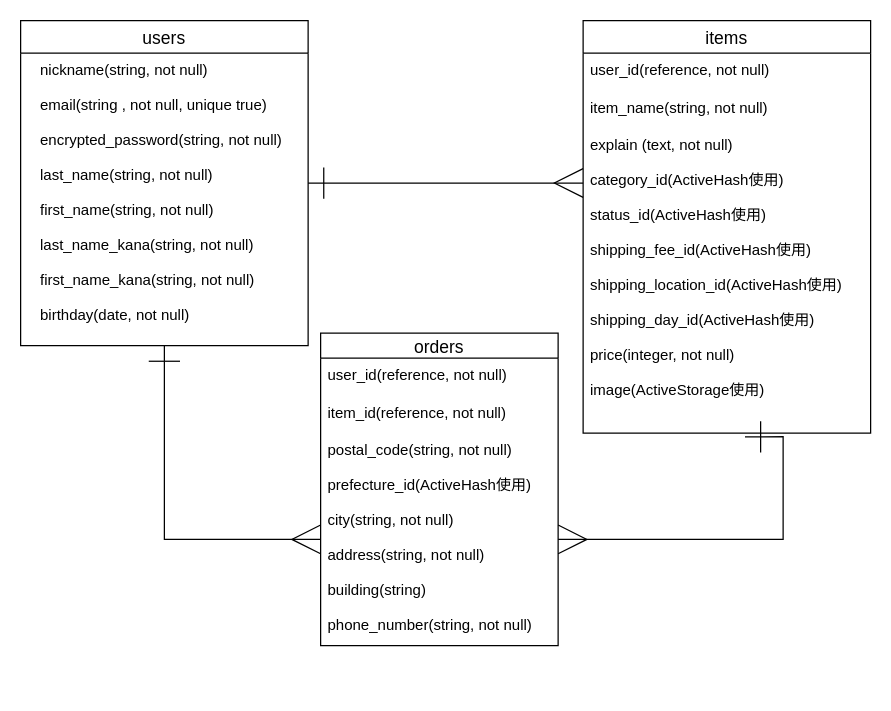
Above: furima.dio in honeygoct/furima-34732 (draw.io), before the change. Source tidied: cells renumbered, new cells numbered last; positions are measured from the earlier drawing's top-left corner, leaving out a move shared by most shapes. Both pictures are drawn from the tidied source at 125%, with x=0, y=0 at pixel (20, 20).
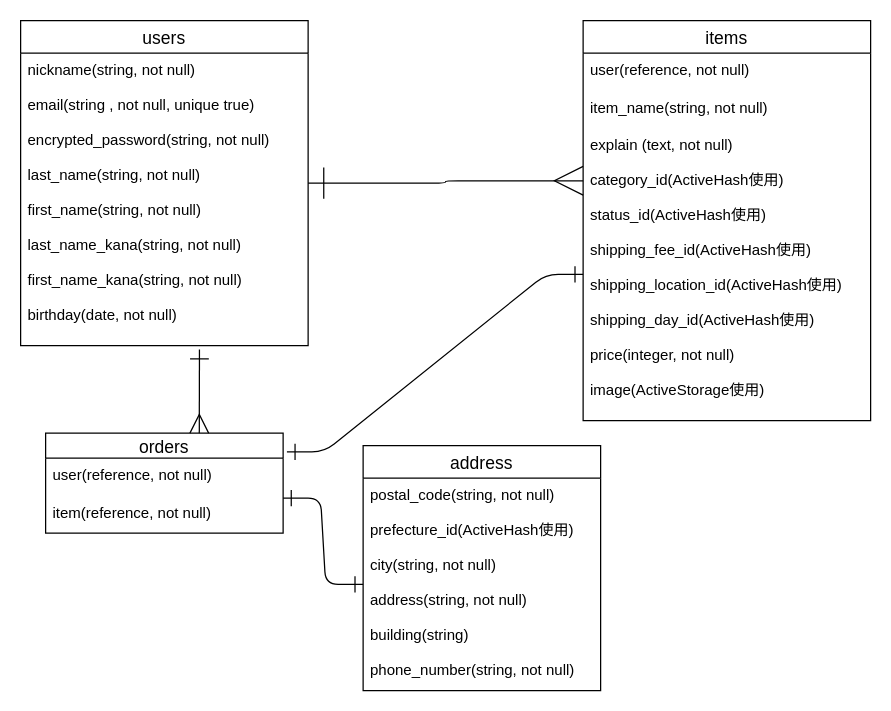
The same diagram, later.

Commit message (it also covers changes not shown here):
データベース修正3

The edit, as a diff of the source:
```diff
@@
 <mxGraphModel>
   <root>
     <mxCell id="0" />
     <mxCell id="1" parent="0" />
-    <mxCell id="2" style="edgeStyle=orthogonalEdgeStyle;rounded=0;jettySize=auto;html=1;startArrow=ERone;startFill=0;startSize=23;endArrow=ERmany;endFill=0;endSize=21;strokeWidth=1;" parent="1" edge="1" source="3" target="12">
-      <mxGeometry relative="1" as="geometry" />
-    </mxCell>
     <mxCell id="3" value="users" style="swimlane;fontStyle=0;horizontal=1;startSize=26;align=center;fontSize=14;" parent="1" vertex="1">
       <mxGeometry width="230" height="260" as="geometry" />
     </mxCell>
-    <mxCell id="4" style="edgeStyle=orthogonalEdgeStyle;rounded=0;jettySize=auto;html=1;entryX=1;entryY=0.5;entryDx=0;entryDy=0;startArrow=ERone;startFill=0;startSize=23;endArrow=ERmany;endFill=0;endSize=21;strokeWidth=1;exitX=0.563;exitY=1.012;exitDx=0;exitDy=0;exitPerimeter=0;" parent="1" edge="1" source="8" target="12">
-      <mxGeometry relative="1" as="geometry">
-        <Array as="points">
-          <mxPoint x="610" y="415" />
-        </Array>
-      </mxGeometry>
-    </mxCell>
+    <mxCell id="13" value="nickname(string, not null)&#10;&#10;email(string , not null, unique true)&#10;&#10;encrypted_password(string, not null)&#10;&#10;last_name(string, not null)&#10;&#10;first_name(string, not null)&#10;&#10;last_name_kana(string, not null)&#10;&#10;first_name_kana(string, not null)&#10;&#10;birthday(date, not null)" style="text;strokeColor=none;fillColor=none;spacingLeft=4;spacingRight=4;overflow=hidden;points=[[0,0.5],[1,0.5]];portConstraint=eastwest;fontSize=12;" parent="3" vertex="1">
+      <mxGeometry y="26" width="230" height="234" as="geometry" />
+    </mxCell>
     <mxCell id="5" value="items" style="swimlane;fontStyle=0;horizontal=1;startSize=26;align=center;fontSize=14;" parent="1" vertex="1">
-      <mxGeometry x="450" width="230" height="330" as="geometry" />
+      <mxGeometry x="450" width="230" height="320" as="geometry" />
     </mxCell>
-    <mxCell id="6" value="user_id(reference, not null)&#10;" style="text;strokeColor=none;fillColor=none;spacingLeft=4;spacingRight=4;overflow=hidden;fontSize=12;" parent="5" vertex="1">
+    <mxCell id="6" value="user(reference, not null)&#10;" style="text;strokeColor=none;fillColor=none;spacingLeft=4;spacingRight=4;overflow=hidden;fontSize=12;" parent="5" vertex="1">
       <mxGeometry y="26" width="230" height="30" as="geometry" />
     </mxCell>
     <mxCell id="7" value="item_name(string, not null)&#10;" style="text;strokeColor=none;fillColor=none;spacingLeft=4;spacingRight=4;overflow=hidden;fontSize=12;" parent="5" vertex="1">
       <mxGeometry y="56" width="230" height="30" as="geometry" />
     </mxCell>
     <mxCell id="8" value="explain (text, not null)&#10;&#10;category_id(ActiveHash使用)&#10;&#10;status_id(ActiveHash使用)&#10;&#10;shipping_fee_id(ActiveHash使用)&#10;&#10;shipping_location_id(ActiveHash使用)&#10;&#10;shipping_day_id(ActiveHash使用)&#10;&#10;price(integer, not null)&#10;&#10;image(ActiveStorage使用)" style="text;strokeColor=none;fillColor=none;spacingLeft=4;spacingRight=4;overflow=hidden;points=[[0,0.5],[1,0.5]];portConstraint=eastwest;fontSize=12;" parent="5" vertex="1">
-      <mxGeometry y="86" width="230" height="244" as="geometry" />
+      <mxGeometry y="86" width="230" height="234" as="geometry" />
     </mxCell>
     <mxCell id="9" value="orders" style="swimlane;fontStyle=0;horizontal=1;startSize=20;align=center;fontSize=14;" parent="1" vertex="1">
-      <mxGeometry x="240" y="250" width="190" height="250" as="geometry" />
+      <mxGeometry x="20" y="330" width="190" height="80" as="geometry" />
     </mxCell>
-    <mxCell id="10" value="user_id(reference, not null)" style="text;strokeColor=none;fillColor=none;spacingLeft=4;spacingRight=4;overflow=hidden;points=[[0,0.5],[1,0.5]];portConstraint=eastwest;fontSize=12;" parent="9" vertex="1">
+    <mxCell id="10" value="user(reference, not null)" style="text;strokeColor=none;fillColor=none;spacingLeft=4;spacingRight=4;overflow=hidden;points=[[0,0.5],[1,0.5]];portConstraint=eastwest;fontSize=12;" parent="9" vertex="1">
       <mxGeometry y="20" width="190" height="30" as="geometry" />
     </mxCell>
-    <mxCell id="11" value="item_id(reference, not null)" style="text;strokeColor=none;fillColor=none;spacingLeft=4;spacingRight=4;overflow=hidden;fontSize=12;" parent="9" vertex="1">
+    <mxCell id="11" value="item(reference, not null)" style="text;strokeColor=none;fillColor=none;spacingLeft=4;spacingRight=4;overflow=hidden;fontSize=12;" parent="9" vertex="1">
       <mxGeometry y="50" width="190" height="30" as="geometry" />
     </mxCell>
+    <mxCell id="14" style="edgeStyle=orthogonalEdgeStyle;fontSize=12;html=1;endArrow=ERmany;startArrow=ERone;exitX=1;exitY=0.5;exitDx=0;exitDy=0;endFill=0;strokeWidth=1;endSize=21;startFill=0;startSize=23;entryX=0;entryY=0.18;entryDx=0;entryDy=0;entryPerimeter=0;" parent="1" edge="1" source="3" target="8">
+      <mxGeometry relative="1" as="geometry" />
+    </mxCell>
+    <mxCell id="15" value="address" style="swimlane;fontStyle=0;horizontal=1;startSize=26;align=center;fontSize=14;" parent="1" vertex="1">
+      <mxGeometry x="274" y="340" width="190" height="196" as="geometry" />
+    </mxCell>
-    <mxCell id="12" value="postal_code(string, not null)&#10;&#10;prefecture_id(ActiveHash使用)&#10;&#10;city(string, not null)&#10;&#10;address(string, not null)&#10;&#10;building(string)&#10;&#10;phone_number(string, not null)" style="text;strokeColor=none;fillColor=none;spacingLeft=4;spacingRight=4;overflow=hidden;points=[[0,0.5],[1,0.5]];portConstraint=eastwest;fontSize=12;" parent="9" vertex="1">
-      <mxGeometry y="80" width="190" height="170" as="geometry" />
+    <mxCell id="12" value="postal_code(string, not null)&#10;&#10;prefecture_id(ActiveHash使用)&#10;&#10;city(string, not null)&#10;&#10;address(string, not null)&#10;&#10;building(string)&#10;&#10;phone_number(string, not null)" style="text;strokeColor=none;fillColor=none;spacingLeft=4;spacingRight=4;overflow=hidden;points=[[0,0.5],[1,0.5]];portConstraint=eastwest;fontSize=12;" parent="15" vertex="1">
+      <mxGeometry y="26" width="190" height="170" as="geometry" />
     </mxCell>
-    <mxCell id="13" value="nickname(string, not null)&#10;&#10;email(string , not null, unique true)&#10;&#10;encrypted_password(string, not null)&#10;&#10;last_name(string, not null)&#10;&#10;first_name(string, not null)&#10;&#10;last_name_kana(string, not null)&#10;&#10;first_name_kana(string, not null)&#10;&#10;birthday(date, not null)" style="text;strokeColor=none;fillColor=none;spacingLeft=4;spacingRight=4;overflow=hidden;points=[[0,0.5],[1,0.5]];portConstraint=eastwest;fontSize=12;" parent="1" vertex="1">
-      <mxGeometry x="10" y="26" width="220" height="234" as="geometry" />
-    </mxCell>
-    <mxCell id="14" style="edgeStyle=orthogonalEdgeStyle;fontSize=12;html=1;endArrow=ERmany;startArrow=ERone;exitX=1;exitY=0.5;exitDx=0;exitDy=0;endFill=0;strokeWidth=1;endSize=21;startFill=0;startSize=23;entryX=0;entryY=0.18;entryDx=0;entryDy=0;entryPerimeter=0;" parent="1" edge="1" source="3" target="8">
-      <mxGeometry relative="1" as="geometry" />
-    </mxCell>
+    <mxCell id="16" style="fontSize=12;html=1;endArrow=ERmany;exitX=0.622;exitY=1.013;exitDx=0;exitDy=0;exitPerimeter=0;endFill=0;endSize=13;startArrow=ERone;startFill=0;startSize=13;entryX=0.647;entryY=0;entryDx=0;entryDy=0;entryPerimeter=0;" parent="1" edge="1" source="13" target="9">
+      <mxGeometry relative="1" as="geometry" />
+    </mxCell>
+    <mxCell id="17" style="edgeStyle=entityRelationEdgeStyle;fontSize=12;html=1;endArrow=ERone;endFill=0;exitX=1.016;exitY=-0.167;exitDx=0;exitDy=0;exitPerimeter=0;startArrow=ERone;startFill=0;endSize=11;startSize=11;" parent="1" edge="1" source="10" target="8">
+      <mxGeometry relative="1" as="geometry" />
+    </mxCell>
+    <mxCell id="18" style="edgeStyle=entityRelationEdgeStyle;fontSize=12;html=1;endArrow=ERone;endFill=0;exitX=1.016;exitY=-0.167;exitDx=0;exitDy=0;exitPerimeter=0;startArrow=ERone;startFill=0;endSize=11;startSize=11;" parent="1" edge="1" target="12">
+      <mxGeometry relative="1" as="geometry">
+        <mxPoint x="210" y="382" as="sourcePoint" />
+      </mxGeometry>
+    </mxCell>
   </root>
 </mxGraphModel>
```
